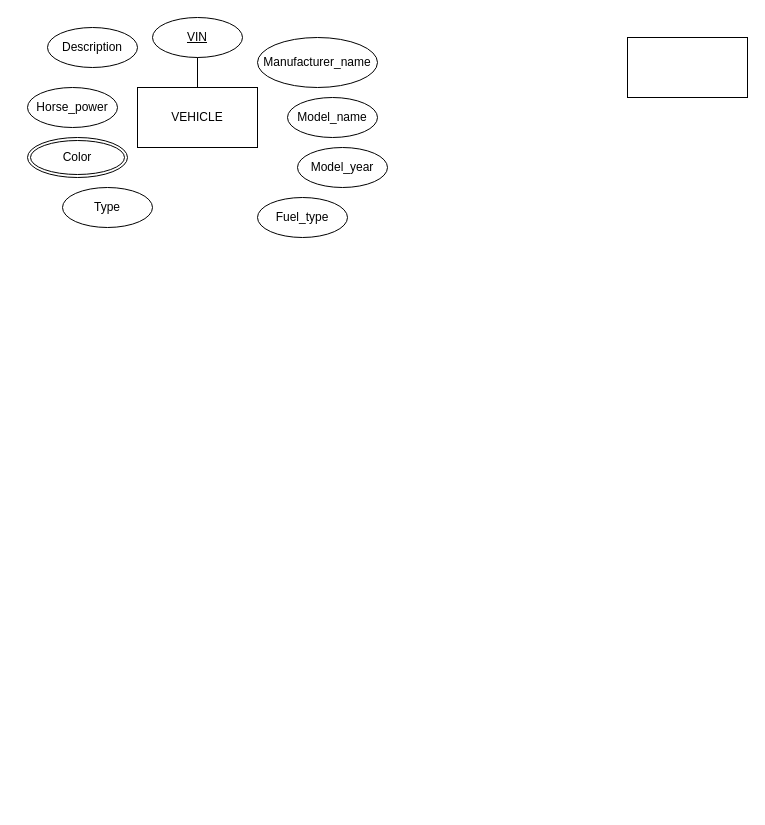
The draw.io diagram Untitled Diagram.drawio in bhonslejoshna/hello-world, before the edit. Source tidied: cells renumbered, new cells numbered last; positions are measured from the earlier drawing's top-left corner, leaving out a move shared by most shapes. Both pictures are drawn from the tidied source at 100%, with x=0, y=0 at pixel (27, 17).
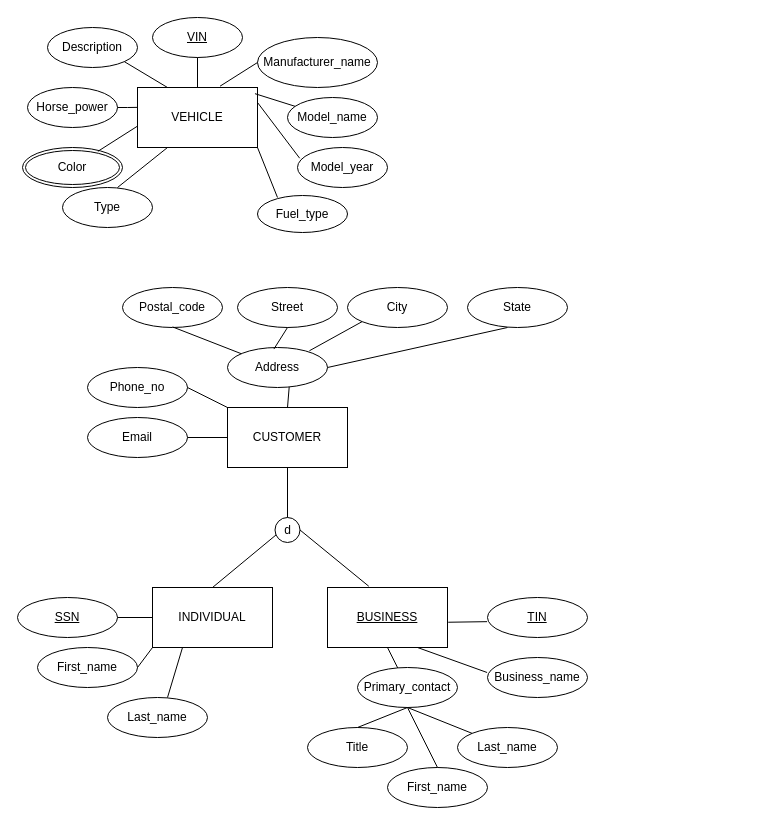
After the change.

Unchanged cells that the change refers to:
```xml
<mxCell id="2" value="VEHICLE" style="rounded=0;whiteSpace=wrap;html=1;" parent="1" vertex="1">
  <mxGeometry x="110" y="70" width="120" height="60" as="geometry" />
</mxCell>
<mxCell id="4" value="Horse_power" style="ellipse;whiteSpace=wrap;html=1;" parent="1" vertex="1">
  <mxGeometry y="70" width="90" height="40" as="geometry" />
</mxCell>
<mxCell id="6" value="Description" style="ellipse;whiteSpace=wrap;html=1;" parent="1" vertex="1">
  <mxGeometry x="20" y="10" width="90" height="40" as="geometry" />
</mxCell>
<mxCell id="7" value="Manufacturer_name" style="ellipse;whiteSpace=wrap;html=1;" parent="1" vertex="1">
  <mxGeometry x="230" y="20" width="120" height="50" as="geometry" />
</mxCell>
<mxCell id="8" value="Model_name" style="ellipse;whiteSpace=wrap;html=1;" parent="1" vertex="1">
  <mxGeometry x="260" y="80" width="90" height="40" as="geometry" />
</mxCell>
<mxCell id="9" value="Model_year" style="ellipse;whiteSpace=wrap;html=1;" parent="1" vertex="1">
  <mxGeometry x="270" y="130" width="90" height="40" as="geometry" />
</mxCell>
```

Diff of the diagram source:
```diff
@@
-    <mxCell id="3" style="rounded=0;whiteSpace=wrap;html=1;" parent="1" vertex="1">
-      <mxGeometry x="600" y="20" width="120" height="60" as="geometry" />
+    <mxCell id="3" value="CUSTOMER" style="rounded=0;whiteSpace=wrap;html=1;" parent="1" vertex="1">
+      <mxGeometry x="200" y="390" width="120" height="60" as="geometry" />
     </mxCell>
@@
     <mxCell id="10" value="Fuel_type" style="ellipse;whiteSpace=wrap;html=1;" parent="1" vertex="1">
-      <mxGeometry x="230" y="180" width="90" height="40" as="geometry" />
+      <mxGeometry x="230" y="178" width="90" height="37" as="geometry" />
     </mxCell>
@@
     <mxCell id="13" value="Color" style="ellipse;shape=doubleEllipse;margin=3;whiteSpace=wrap;html=1;align=center;" parent="1" vertex="1">
-      <mxGeometry y="120" width="100" height="40" as="geometry" />
+      <mxGeometry x="-5" y="130" width="100" height="40" as="geometry" />
     </mxCell>
+    <mxCell id="14" style="endArrow=none;html=1;rounded=0;entryX=0.25;entryY=1;entryDx=0;entryDy=0;" parent="1" edge="1" target="2">
+      <mxGeometry relative="1" as="geometry">
+        <mxPoint x="90" y="170" as="sourcePoint" />
+      </mxGeometry>
+    </mxCell>
+    <mxCell id="15" style="endArrow=none;html=1;rounded=0;exitX=0.754;exitY=0.096;exitDx=0;exitDy=0;exitPerimeter=0;entryX=0;entryY=0.644;entryDx=0;entryDy=0;entryPerimeter=0;" parent="1" edge="1" source="13" target="2">
+      <mxGeometry relative="1" as="geometry" />
+    </mxCell>
+    <mxCell id="16" style="endArrow=none;html=1;rounded=0;entryX=-0.001;entryY=0.331;entryDx=0;entryDy=0;entryPerimeter=0;" parent="1" edge="1" source="4" target="2">
+      <mxGeometry relative="1" as="geometry">
+        <Array as="points">
+          <mxPoint x="100" y="90" />
+        </Array>
+      </mxGeometry>
+    </mxCell>
+    <mxCell id="17" style="endArrow=none;html=1;rounded=0;entryX=1;entryY=1;entryDx=0;entryDy=0;" parent="1" edge="1" target="2">
+      <mxGeometry relative="1" as="geometry">
+        <mxPoint x="250" y="180" as="sourcePoint" />
+      </mxGeometry>
+    </mxCell>
+    <mxCell id="18" style="endArrow=none;html=1;rounded=0;exitX=0.688;exitY=-0.022;exitDx=0;exitDy=0;exitPerimeter=0;entryX=0;entryY=0.5;entryDx=0;entryDy=0;" parent="1" edge="1" source="2" target="7">
+      <mxGeometry relative="1" as="geometry" />
+    </mxCell>
+    <mxCell id="19" style="endArrow=none;html=1;rounded=0;exitX=1;exitY=1;exitDx=0;exitDy=0;entryX=0.25;entryY=0;entryDx=0;entryDy=0;" parent="1" edge="1" source="6" target="2">
+      <mxGeometry relative="1" as="geometry" />
+    </mxCell>
+    <mxCell id="20" style="endArrow=none;html=1;rounded=0;exitX=1;exitY=0.25;exitDx=0;exitDy=0;entryX=0.024;entryY=0.268;entryDx=0;entryDy=0;entryPerimeter=0;" parent="1" edge="1" source="2" target="9">
+      <mxGeometry relative="1" as="geometry" />
+    </mxCell>
+    <mxCell id="21" style="endArrow=none;html=1;rounded=0;exitX=0.979;exitY=0.103;exitDx=0;exitDy=0;exitPerimeter=0;" parent="1" edge="1" source="2" target="8">
+      <mxGeometry relative="1" as="geometry" />
+    </mxCell>
+    <mxCell id="22" value="Phone_no" style="ellipse;whiteSpace=wrap;html=1;align=center;" parent="1" vertex="1">
+      <mxGeometry x="60" y="350" width="100" height="40" as="geometry" />
+    </mxCell>
+    <mxCell id="23" value="SSN" style="ellipse;whiteSpace=wrap;html=1;align=center;fontStyle=4;" parent="1" vertex="1">
+      <mxGeometry x="-10" y="580" width="100" height="40" as="geometry" />
+    </mxCell>
+    <mxCell id="24" value="Email" style="ellipse;whiteSpace=wrap;html=1;align=center;" parent="1" vertex="1">
+      <mxGeometry x="60" y="400" width="100" height="40" as="geometry" />
+    </mxCell>
+    <mxCell id="25" value="TIN" style="ellipse;whiteSpace=wrap;html=1;align=center;fontStyle=4;" parent="1" vertex="1">
+      <mxGeometry x="460" y="580" width="100" height="40" as="geometry" />
+    </mxCell>
+    <mxCell id="26" value="BUSINESS" style="whiteSpace=wrap;html=1;fontStyle=4;" parent="1" vertex="1">
+      <mxGeometry x="300" y="570" width="120" height="60" as="geometry" />
+    </mxCell>
+    <mxCell id="27" value="INDIVIDUAL" style="rounded=0;whiteSpace=wrap;html=1;" parent="1" vertex="1">
+      <mxGeometry x="125" y="570" width="120" height="60" as="geometry" />
+    </mxCell>
+    <mxCell id="28" value="Address" style="ellipse;whiteSpace=wrap;html=1;align=center;" parent="1" vertex="1">
+      <mxGeometry x="200" y="330" width="100" height="40" as="geometry" />
+    </mxCell>
+    <mxCell id="29" value="Postal_code" style="ellipse;whiteSpace=wrap;html=1;align=center;" parent="1" vertex="1">
+      <mxGeometry x="95" y="270" width="100" height="40" as="geometry" />
+    </mxCell>
+    <mxCell id="30" value="Street" style="ellipse;whiteSpace=wrap;html=1;align=center;" parent="1" vertex="1">
+      <mxGeometry x="210" y="270" width="100" height="40" as="geometry" />
+    </mxCell>
+    <mxCell id="31" value="City" style="ellipse;whiteSpace=wrap;html=1;align=center;" parent="1" vertex="1">
+      <mxGeometry x="320" y="270" width="100" height="40" as="geometry" />
+    </mxCell>
+    <mxCell id="32" value="State" style="ellipse;whiteSpace=wrap;html=1;align=center;" parent="1" vertex="1">
+      <mxGeometry x="440" y="270" width="100" height="40" as="geometry" />
+    </mxCell>
+    <mxCell id="33" style="endArrow=none;html=1;rounded=0;" parent="1" edge="1" source="28">
+      <mxGeometry relative="1" as="geometry">
+        <mxPoint x="145" y="309.4" as="targetPoint" />
+      </mxGeometry>
+    </mxCell>
+    <mxCell id="34" style="endArrow=none;html=1;rounded=0;exitX=0;exitY=0;exitDx=0;exitDy=0;" parent="1" edge="1" source="3">
+      <mxGeometry relative="1" as="geometry">
+        <mxPoint x="160" y="370" as="targetPoint" />
+      </mxGeometry>
+    </mxCell>
+    <mxCell id="35" style="endArrow=none;html=1;rounded=0;exitX=0;exitY=0.5;exitDx=0;exitDy=0;entryX=1;entryY=0.5;entryDx=0;entryDy=0;" parent="1" edge="1" source="3" target="24">
+      <mxGeometry relative="1" as="geometry" />
+    </mxCell>
+    <mxCell id="36" style="endArrow=none;html=1;rounded=0;exitX=0.464;exitY=0.039;exitDx=0;exitDy=0;exitPerimeter=0;" parent="1" edge="1" source="28">
+      <mxGeometry relative="1" as="geometry">
+        <mxPoint x="260" y="310" as="targetPoint" />
+      </mxGeometry>
+    </mxCell>
+    <mxCell id="37" style="endArrow=none;html=1;rounded=0;exitX=0.4;exitY=1;exitDx=0;exitDy=0;exitPerimeter=0;entryX=1;entryY=0.5;entryDx=0;entryDy=0;" parent="1" edge="1" source="32" target="28">
+      <mxGeometry relative="1" as="geometry" />
+    </mxCell>
+    <mxCell id="38" style="endArrow=none;html=1;rounded=0;exitX=0;exitY=1;exitDx=0;exitDy=0;entryX=0.819;entryY=0.082;entryDx=0;entryDy=0;entryPerimeter=0;" parent="1" edge="1" source="31" target="28">
+      <mxGeometry relative="1" as="geometry" />
+    </mxCell>
+    <mxCell id="39" style="endArrow=none;html=1;rounded=0;exitX=0;exitY=0.5;exitDx=0;exitDy=0;entryX=1;entryY=0.5;entryDx=0;entryDy=0;" parent="1" edge="1" source="27" target="23">
+      <mxGeometry relative="1" as="geometry" />
+    </mxCell>
+    <mxCell id="40" style="endArrow=none;html=1;rounded=0;exitX=-0.004;exitY=0.604;exitDx=0;exitDy=0;exitPerimeter=0;entryX=1.006;entryY=0.579;entryDx=0;entryDy=0;entryPerimeter=0;" parent="1" edge="1" source="25" target="26">
+      <mxGeometry relative="1" as="geometry" />
+    </mxCell>
+    <mxCell id="41" value="d" style="ellipse;whiteSpace=wrap;html=1;" parent="1" vertex="1">
+      <mxGeometry x="247.5" y="500" width="25" height="25" as="geometry" />
+    </mxCell>
+    <mxCell id="42" style="endArrow=none;html=1;rounded=0;entryX=0.049;entryY=0.691;entryDx=0;entryDy=0;entryPerimeter=0;exitX=0.5;exitY=0;exitDx=0;exitDy=0;" parent="1" edge="1" source="27" target="41">
+      <mxGeometry relative="1" as="geometry" />
+    </mxCell>
+    <mxCell id="43" style="endArrow=none;html=1;rounded=0;exitX=0.344;exitY=-0.021;exitDx=0;exitDy=0;exitPerimeter=0;entryX=1;entryY=0.5;entryDx=0;entryDy=0;" parent="1" edge="1" source="26" target="41">
+      <mxGeometry relative="1" as="geometry" />
+    </mxCell>
+    <mxCell id="44" style="endArrow=none;html=1;rounded=0;exitX=0.5;exitY=0;exitDx=0;exitDy=0;entryX=0.5;entryY=1;entryDx=0;entryDy=0;" parent="1" edge="1" source="41" target="3">
+      <mxGeometry relative="1" as="geometry" />
+    </mxCell>
+    <mxCell id="45" value="First_name" style="ellipse;whiteSpace=wrap;html=1;align=center;" parent="1" vertex="1">
+      <mxGeometry x="10" y="630" width="100" height="40" as="geometry" />
+    </mxCell>
+    <mxCell id="46" value="Last_name" style="ellipse;whiteSpace=wrap;html=1;align=center;" parent="1" vertex="1">
+      <mxGeometry x="80" y="680" width="100" height="40" as="geometry" />
+    </mxCell>
+    <mxCell id="47" value="Business_name" style="ellipse;whiteSpace=wrap;html=1;align=center;" parent="1" vertex="1">
+      <mxGeometry x="460" y="640" width="100" height="40" as="geometry" />
+    </mxCell>
+    <mxCell id="48" value="Primary_contact" style="ellipse;whiteSpace=wrap;html=1;align=center;" parent="1" vertex="1">
+      <mxGeometry x="330" y="650" width="100" height="40" as="geometry" />
+    </mxCell>
+    <mxCell id="49" value="Title" style="ellipse;whiteSpace=wrap;html=1;align=center;" parent="1" vertex="1">
+      <mxGeometry x="280" y="710" width="100" height="40" as="geometry" />
+    </mxCell>
+    <mxCell id="50" value="First_name" style="ellipse;whiteSpace=wrap;html=1;align=center;" parent="1" vertex="1">
+      <mxGeometry x="360" y="750" width="100" height="40" as="geometry" />
+    </mxCell>
+    <mxCell id="51" value="Last_name" style="ellipse;whiteSpace=wrap;html=1;align=center;" parent="1" vertex="1">
+      <mxGeometry x="430" y="710" width="100" height="40" as="geometry" />
+    </mxCell>
+    <mxCell id="52" style="endArrow=none;html=1;rounded=0;entryX=0.5;entryY=1;entryDx=0;entryDy=0;" parent="1" edge="1" source="48" target="26">
+      <mxGeometry relative="1" as="geometry" />
+    </mxCell>
+    <mxCell id="53" style="endArrow=none;html=1;rounded=0;entryX=0.5;entryY=1;entryDx=0;entryDy=0;" parent="1" edge="1" target="48">
+      <mxGeometry relative="1" as="geometry">
+        <mxPoint x="330" y="710" as="sourcePoint" />
+      </mxGeometry>
+    </mxCell>
+    <mxCell id="54" style="endArrow=none;html=1;rounded=0;entryX=0.5;entryY=1;entryDx=0;entryDy=0;exitX=0.5;exitY=0;exitDx=0;exitDy=0;" parent="1" edge="1" source="50" target="48">
+      <mxGeometry relative="1" as="geometry" />
+    </mxCell>
+    <mxCell id="55" style="endArrow=none;html=1;rounded=0;entryX=0.5;entryY=1;entryDx=0;entryDy=0;exitX=0;exitY=0;exitDx=0;exitDy=0;" parent="1" edge="1" source="51" target="48">
+      <mxGeometry relative="1" as="geometry" />
+    </mxCell>
+    <mxCell id="56" style="endArrow=none;html=1;rounded=0;entryX=0.75;entryY=1;entryDx=0;entryDy=0;exitX=-0.004;exitY=0.375;exitDx=0;exitDy=0;exitPerimeter=0;" parent="1" edge="1" source="47" target="26">
+      <mxGeometry relative="1" as="geometry" />
+    </mxCell>
+    <mxCell id="57" style="endArrow=none;html=1;rounded=0;entryX=0.25;entryY=1;entryDx=0;entryDy=0;exitX=0.6;exitY=0;exitDx=0;exitDy=0;exitPerimeter=0;" parent="1" edge="1" source="46" target="27">
+      <mxGeometry relative="1" as="geometry" />
+    </mxCell>
+    <mxCell id="58" style="endArrow=none;html=1;rounded=0;entryX=0;entryY=1;entryDx=0;entryDy=0;exitX=1;exitY=0.5;exitDx=0;exitDy=0;" parent="1" edge="1" source="45" target="27">
+      <mxGeometry relative="1" as="geometry" />
+    </mxCell>
+    <mxCell id="59" style="endArrow=none;html=1;rounded=0;entryX=0.617;entryY=0.988;entryDx=0;entryDy=0;exitX=0.5;exitY=0;exitDx=0;exitDy=0;entryPerimeter=0;" parent="1" edge="1" source="3" target="28">
+      <mxGeometry relative="1" as="geometry" />
+    </mxCell>
```
